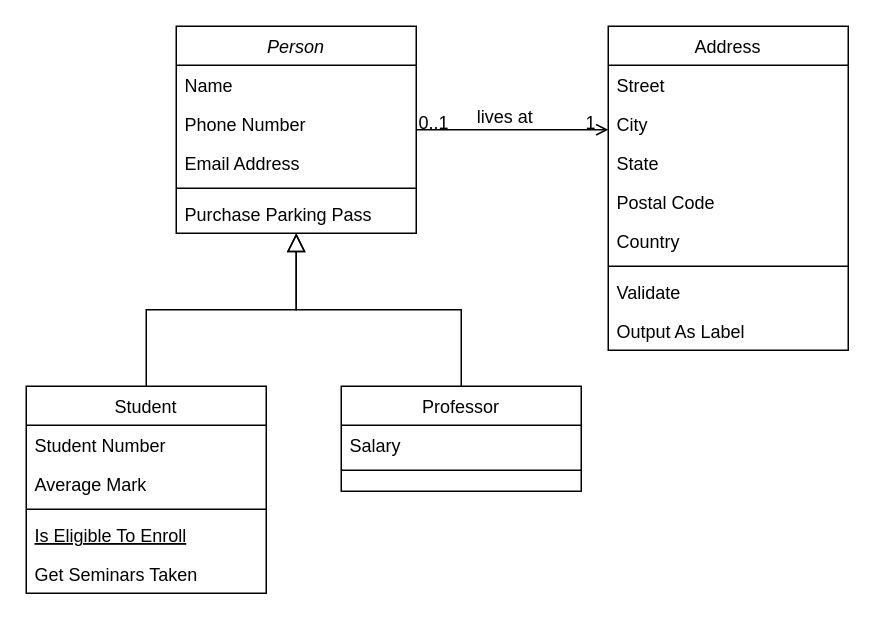
Earlier version of the draw.io diagram Untitled Diagram.drawio (TureLindblad/Grupp5Game). Source tidied: cells renumbered, new cells numbered last; positions are measured from the earlier drawing's top-left corner, leaving out a move shared by most shapes. Both pictures are drawn from the tidied source at 150%, with x=0, y=0 at pixel (26, 26).
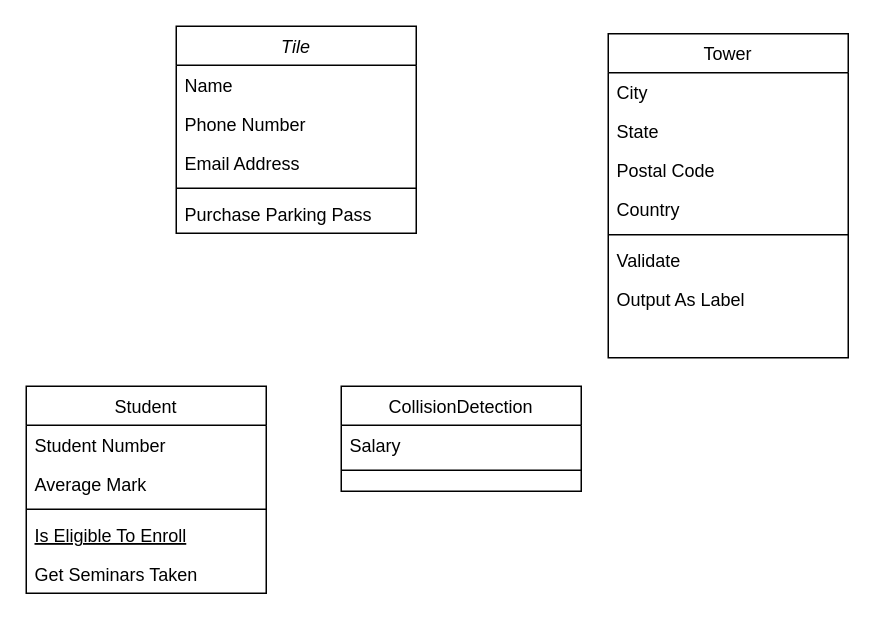
The same diagram, later.

The change refers to these unchanged cells:
```xml
<mxCell id="8" value="Student" style="swimlane;fontStyle=0;align=center;verticalAlign=top;horizontal=1;startSize=26;rounded=0;shadow=0;strokeWidth=1;" parent="1" vertex="1">
  <mxGeometry y="240" width="160" height="138" as="geometry" />
</mxCell>
```

The edit, as a diff of the source:
```diff
@@
-    <mxCell id="2" value="Person" style="swimlane;fontStyle=2;align=center;verticalAlign=top;horizontal=1;startSize=26;rounded=0;shadow=0;strokeWidth=1;" parent="1" vertex="1">
+    <mxCell id="2" value="Tile&#10;" style="swimlane;fontStyle=2;align=center;verticalAlign=top;horizontal=1;startSize=26;rounded=0;shadow=0;strokeWidth=1;" parent="1" vertex="1">
       <mxGeometry x="100" width="160" height="138" as="geometry" />
     </mxCell>
@@
-    <mxCell id="14" style="endArrow=block;endSize=10;endFill=0;shadow=0;strokeWidth=1;rounded=0;curved=0;edgeStyle=elbowEdgeStyle;elbow=vertical;" parent="1" edge="1" source="8" target="2">
-      <mxGeometry relative="1" as="geometry" />
-    </mxCell>
-    <mxCell id="15" value="Professor" style="swimlane;fontStyle=0;align=center;verticalAlign=top;horizontal=1;startSize=26;rounded=0;shadow=0;strokeWidth=1;" parent="1" vertex="1">
+    <mxCell id="15" value="CollisionDetection&#10;" style="swimlane;fontStyle=0;align=center;verticalAlign=top;horizontal=1;startSize=26;rounded=0;shadow=0;strokeWidth=1;" parent="1" vertex="1">
       <mxGeometry x="210" y="240" width="160" height="70" as="geometry" />
     </mxCell>
@@
-    <mxCell id="18" style="endArrow=block;endSize=10;endFill=0;shadow=0;strokeWidth=1;rounded=0;curved=0;edgeStyle=elbowEdgeStyle;elbow=vertical;" parent="1" edge="1" source="15" target="2">
-      <mxGeometry relative="1" as="geometry" />
-    </mxCell>
-    <mxCell id="19" value="Address" style="swimlane;fontStyle=0;align=center;verticalAlign=top;horizontal=1;startSize=26;rounded=0;shadow=0;strokeWidth=1;" parent="1" vertex="1">
-      <mxGeometry x="388" width="160" height="216" as="geometry" />
+    <mxCell id="19" value="Tower&#10;" style="swimlane;fontStyle=0;align=center;verticalAlign=top;horizontal=1;startSize=26;rounded=0;shadow=0;strokeWidth=1;" parent="1" vertex="1">
+      <mxGeometry x="388" y="5" width="160" height="216" as="geometry" />
     </mxCell>
-    <mxCell id="20" value="Street" style="text;align=left;verticalAlign=top;spacingLeft=4;spacingRight=4;overflow=hidden;" parent="19" vertex="1">
-      <mxGeometry y="26" width="160" height="26" as="geometry" />
-    </mxCell>
     <mxCell id="21" value="City" style="text;align=left;verticalAlign=top;spacingLeft=4;spacingRight=4;overflow=hidden;rounded=0;shadow=0;html=0;" parent="19" vertex="1">
-      <mxGeometry y="52" width="160" height="26" as="geometry" />
+      <mxGeometry y="26" width="160" height="26" as="geometry" />
     </mxCell>
     <mxCell id="22" value="State" style="text;align=left;verticalAlign=top;spacingLeft=4;spacingRight=4;overflow=hidden;rounded=0;shadow=0;html=0;" parent="19" vertex="1">
-      <mxGeometry y="78" width="160" height="26" as="geometry" />
+      <mxGeometry y="52" width="160" height="26" as="geometry" />
     </mxCell>
     <mxCell id="23" value="Postal Code" style="text;align=left;verticalAlign=top;spacingLeft=4;spacingRight=4;overflow=hidden;rounded=0;shadow=0;html=0;" parent="19" vertex="1">
-      <mxGeometry y="104" width="160" height="26" as="geometry" />
+      <mxGeometry y="78" width="160" height="26" as="geometry" />
     </mxCell>
     <mxCell id="24" value="Country" style="text;align=left;verticalAlign=top;spacingLeft=4;spacingRight=4;overflow=hidden;rounded=0;shadow=0;html=0;" parent="19" vertex="1">
-      <mxGeometry y="130" width="160" height="26" as="geometry" />
+      <mxGeometry y="104" width="160" height="26" as="geometry" />
     </mxCell>
     <mxCell id="25" style="line;html=1;strokeWidth=1;align=left;verticalAlign=middle;spacingTop=-1;spacingLeft=3;spacingRight=3;labelPosition=right;" parent="19" vertex="1">
-      <mxGeometry y="156" width="160" height="8" as="geometry" />
+      <mxGeometry y="130" width="160" height="8" as="geometry" />
     </mxCell>
     <mxCell id="26" value="Validate" style="text;align=left;verticalAlign=top;spacingLeft=4;spacingRight=4;overflow=hidden;" parent="19" vertex="1">
-      <mxGeometry y="164" width="160" height="26" as="geometry" />
+      <mxGeometry y="138" width="160" height="26" as="geometry" />
     </mxCell>
     <mxCell id="27" value="Output As Label" style="text;align=left;verticalAlign=top;spacingLeft=4;spacingRight=4;overflow=hidden;" parent="19" vertex="1">
-      <mxGeometry y="190" width="160" height="26" as="geometry" />
+      <mxGeometry y="164" width="160" height="26" as="geometry" />
     </mxCell>
-    <mxCell id="28" style="endArrow=open;shadow=0;strokeWidth=1;rounded=0;curved=0;endFill=1;edgeStyle=elbowEdgeStyle;elbow=vertical;" parent="1" edge="1" source="2" target="19">
-      <mxGeometry x="0.5" y="41" relative="1" as="geometry">
-        <mxPoint x="-40" y="32" as="offset" />
-      </mxGeometry>
-    </mxCell>
-    <mxCell id="29" value="0..1" style="align=left;verticalAlign=bottom;labelBackgroundColor=none;fontSize=12;" parent="28" vertex="1">
-      <mxGeometry x="-1" relative="1" as="geometry">
-        <mxPoint y="4" as="offset" />
-      </mxGeometry>
-    </mxCell>
-    <mxCell id="30" value="1" style="align=right;verticalAlign=bottom;labelBackgroundColor=none;fontSize=12;" parent="28" vertex="1">
-      <mxGeometry x="1" relative="1" as="geometry">
-        <mxPoint x="-7" y="4" as="offset" />
-      </mxGeometry>
-    </mxCell>
-    <mxCell id="31" value="lives at" style="text;html=1;align=center;verticalAlign=middle;labelBackgroundColor=none;rounded=0;shadow=0;strokeWidth=1;fontSize=12;" parent="28" vertex="1">
-      <mxGeometry x="0.5" y="49" relative="1" as="geometry">
-        <mxPoint x="-38" y="40" as="offset" />
-      </mxGeometry>
-    </mxCell>
```
